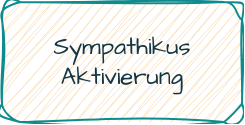
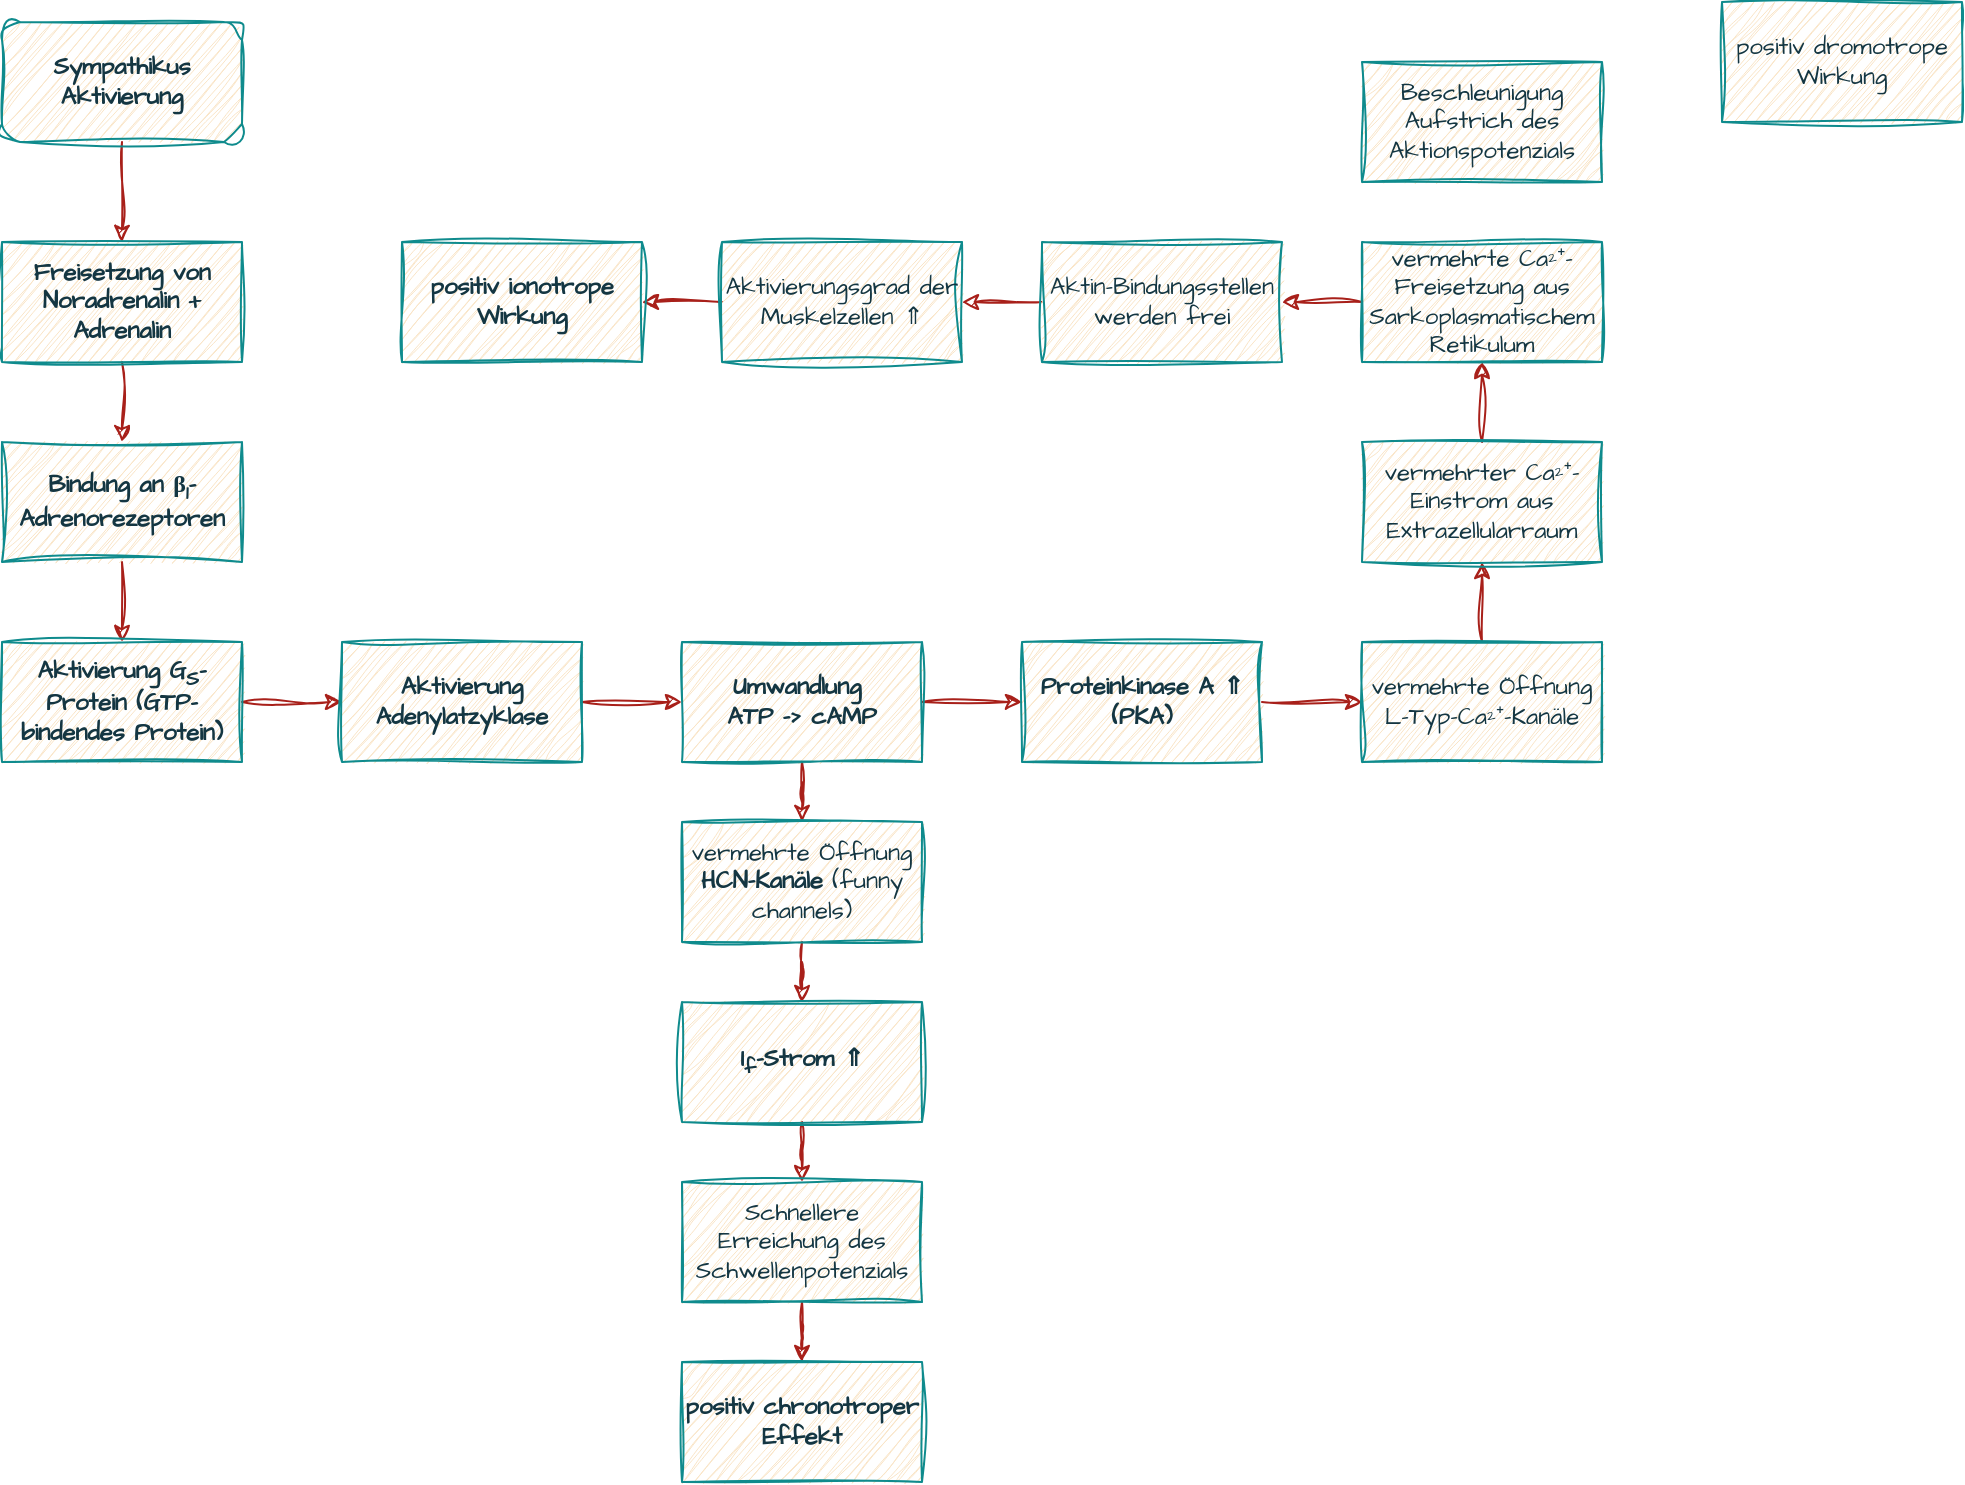
<mxfile host="app.diagrams.net">
  <diagram name="Seite-1" id="7kFzmezVoUsXThtVCVX7">
-     <mxGraphModel dx="716" dy="359" grid="1" gridSize="10" guides="1" tooltips="1" connect="1" arrows="1" fold="1" page="1" pageScale="1" pageWidth="1169" pageHeight="1169" math="0" shadow="0">
+     <mxGraphModel dx="1044" dy="524" grid="1" gridSize="10" guides="1" tooltips="1" connect="1" arrows="1" fold="1" page="1" pageScale="1" pageWidth="1169" pageHeight="1169" math="0" shadow="0">
      <root>
        <mxCell id="0" />
        <mxCell id="1" parent="0" />
-         <mxCell id="7TQIvVTktowouFX5eWC7-1" parent="1" style="rounded=1;whiteSpace=wrap;html=1;sketch=1;hachureGap=4;jiggle=2;curveFitting=1;fontFamily=Architects Daughter;fontSource=https%3A%2F%2Ffonts.googleapis.com%2Fcss%3Ffamily%3DArchitects%2BDaughter;labelBackgroundColor=none;fillColor=#FAE5C7;strokeColor=#0F8B8D;fontColor=#143642;" value="Sympathikus Aktivierung" vertex="1">
-           <mxGeometry height="60" width="120" x="300" y="120" as="geometry" />
+         <mxCell id="nBZC7eie6GeJRXDUhHIa-21" edge="1" parent="1" source="7TQIvVTktowouFX5eWC7-1" style="edgeStyle=orthogonalEdgeStyle;rounded=0;sketch=1;hachureGap=4;jiggle=2;curveFitting=1;orthogonalLoop=1;jettySize=auto;html=1;strokeColor=#A8201A;fontFamily=Architects Daughter;fontSource=https%3A%2F%2Ffonts.googleapis.com%2Fcss%3Ffamily%3DArchitects%2BDaughter;fontColor=#143642;fillColor=#FAE5C7;" target="nBZC7eie6GeJRXDUhHIa-1">
+           <mxGeometry relative="1" as="geometry" />
+         </mxCell>
+         <mxCell id="7TQIvVTktowouFX5eWC7-1" parent="1" style="rounded=1;whiteSpace=wrap;html=1;sketch=1;hachureGap=4;jiggle=2;curveFitting=1;fontFamily=Architects Daughter;fontSource=https%3A%2F%2Ffonts.googleapis.com%2Fcss%3Ffamily%3DArchitects%2BDaughter;labelBackgroundColor=none;fillColor=#FAE5C7;strokeColor=#0F8B8D;fontColor=#143642;fontStyle=1" value="Sympathikus Aktivierung" vertex="1">
+           <mxGeometry height="60" width="120" x="50" y="80" as="geometry" />
+         </mxCell>
+         <mxCell id="nBZC7eie6GeJRXDUhHIa-22" edge="1" parent="1" source="nBZC7eie6GeJRXDUhHIa-1" style="edgeStyle=orthogonalEdgeStyle;rounded=0;sketch=1;hachureGap=4;jiggle=2;curveFitting=1;orthogonalLoop=1;jettySize=auto;html=1;strokeColor=#A8201A;fontFamily=Architects Daughter;fontSource=https%3A%2F%2Ffonts.googleapis.com%2Fcss%3Ffamily%3DArchitects%2BDaughter;fontColor=#143642;fillColor=#FAE5C7;" target="nBZC7eie6GeJRXDUhHIa-2">
+           <mxGeometry relative="1" as="geometry" />
+         </mxCell>
+         <mxCell id="nBZC7eie6GeJRXDUhHIa-1" parent="1" style="whiteSpace=wrap;html=1;sketch=1;hachureGap=4;jiggle=2;curveFitting=1;strokeColor=#0F8B8D;fontFamily=Architects Daughter;fontSource=https%3A%2F%2Ffonts.googleapis.com%2Fcss%3Ffamily%3DArchitects%2BDaughter;fontColor=#143642;fillColor=#FAE5C7;fontStyle=1" value="Freisetzung von Noradrenalin + Adrenalin" vertex="1">
+           <mxGeometry height="60" width="120" x="50" y="190" as="geometry" />
+         </mxCell>
+         <mxCell id="nBZC7eie6GeJRXDUhHIa-23" edge="1" parent="1" source="nBZC7eie6GeJRXDUhHIa-2" style="edgeStyle=orthogonalEdgeStyle;rounded=0;sketch=1;hachureGap=4;jiggle=2;curveFitting=1;orthogonalLoop=1;jettySize=auto;html=1;strokeColor=#A8201A;fontFamily=Architects Daughter;fontSource=https%3A%2F%2Ffonts.googleapis.com%2Fcss%3Ffamily%3DArchitects%2BDaughter;fontColor=#143642;fillColor=#FAE5C7;" target="nBZC7eie6GeJRXDUhHIa-3">
+           <mxGeometry relative="1" as="geometry" />
+         </mxCell>
+         <mxCell id="nBZC7eie6GeJRXDUhHIa-2" parent="1" style="rounded=0;whiteSpace=wrap;html=1;sketch=1;hachureGap=4;jiggle=2;curveFitting=1;strokeColor=#0F8B8D;fontFamily=Architects Daughter;fontSource=https%3A%2F%2Ffonts.googleapis.com%2Fcss%3Ffamily%3DArchitects%2BDaughter;fontColor=#143642;fillColor=#FAE5C7;fontStyle=1" value="Bindung an β&lt;sub&gt;1&lt;/sub&gt;-Adrenorezeptoren" vertex="1">
+           <mxGeometry height="60" width="120" x="50" y="290" as="geometry" />
+         </mxCell>
+         <mxCell id="nBZC7eie6GeJRXDUhHIa-24" edge="1" parent="1" source="nBZC7eie6GeJRXDUhHIa-3" style="edgeStyle=orthogonalEdgeStyle;rounded=0;sketch=1;hachureGap=4;jiggle=2;curveFitting=1;orthogonalLoop=1;jettySize=auto;html=1;strokeColor=#A8201A;fontFamily=Architects Daughter;fontSource=https%3A%2F%2Ffonts.googleapis.com%2Fcss%3Ffamily%3DArchitects%2BDaughter;fontColor=#143642;fillColor=#FAE5C7;" target="nBZC7eie6GeJRXDUhHIa-4">
+           <mxGeometry relative="1" as="geometry" />
+         </mxCell>
+         <mxCell id="nBZC7eie6GeJRXDUhHIa-3" parent="1" style="whiteSpace=wrap;html=1;sketch=1;hachureGap=4;jiggle=2;curveFitting=1;strokeColor=#0F8B8D;fontFamily=Architects Daughter;fontSource=https%3A%2F%2Ffonts.googleapis.com%2Fcss%3Ffamily%3DArchitects%2BDaughter;fontColor=#143642;fillColor=#FAE5C7;fontStyle=1" value="Aktivierung G&lt;sub&gt;S&lt;/sub&gt;-Protein (GTP-bindendes Protein)" vertex="1">
+           <mxGeometry height="60" width="120" x="50" y="390" as="geometry" />
+         </mxCell>
+         <mxCell id="nBZC7eie6GeJRXDUhHIa-25" edge="1" parent="1" source="nBZC7eie6GeJRXDUhHIa-4" style="edgeStyle=orthogonalEdgeStyle;rounded=0;sketch=1;hachureGap=4;jiggle=2;curveFitting=1;orthogonalLoop=1;jettySize=auto;html=1;entryX=0;entryY=0.5;entryDx=0;entryDy=0;strokeColor=#A8201A;fontFamily=Architects Daughter;fontSource=https%3A%2F%2Ffonts.googleapis.com%2Fcss%3Ffamily%3DArchitects%2BDaughter;fontColor=#143642;fillColor=#FAE5C7;" target="nBZC7eie6GeJRXDUhHIa-5">
+           <mxGeometry relative="1" as="geometry" />
+         </mxCell>
+         <mxCell id="nBZC7eie6GeJRXDUhHIa-4" parent="1" style="whiteSpace=wrap;html=1;sketch=1;hachureGap=4;jiggle=2;curveFitting=1;strokeColor=#0F8B8D;fontFamily=Architects Daughter;fontSource=https%3A%2F%2Ffonts.googleapis.com%2Fcss%3Ffamily%3DArchitects%2BDaughter;fontColor=#143642;fillColor=#FAE5C7;fontStyle=1" value="Aktivierung Adenylatzyklase" vertex="1">
+           <mxGeometry height="60" width="120" x="220" y="390" as="geometry" />
+         </mxCell>
+         <mxCell id="nBZC7eie6GeJRXDUhHIa-26" edge="1" parent="1" source="nBZC7eie6GeJRXDUhHIa-5" style="edgeStyle=orthogonalEdgeStyle;rounded=0;sketch=1;hachureGap=4;jiggle=2;curveFitting=1;orthogonalLoop=1;jettySize=auto;html=1;strokeColor=#A8201A;fontFamily=Architects Daughter;fontSource=https%3A%2F%2Ffonts.googleapis.com%2Fcss%3Ffamily%3DArchitects%2BDaughter;fontColor=#143642;fillColor=#FAE5C7;" target="nBZC7eie6GeJRXDUhHIa-7">
+           <mxGeometry relative="1" as="geometry" />
+         </mxCell>
+         <mxCell id="nBZC7eie6GeJRXDUhHIa-27" edge="1" parent="1" source="nBZC7eie6GeJRXDUhHIa-5" style="edgeStyle=orthogonalEdgeStyle;rounded=0;sketch=1;hachureGap=4;jiggle=2;curveFitting=1;orthogonalLoop=1;jettySize=auto;html=1;strokeColor=#A8201A;fontFamily=Architects Daughter;fontSource=https%3A%2F%2Ffonts.googleapis.com%2Fcss%3Ffamily%3DArchitects%2BDaughter;fontColor=#143642;fillColor=#FAE5C7;" target="nBZC7eie6GeJRXDUhHIa-8">
+           <mxGeometry relative="1" as="geometry" />
+         </mxCell>
+         <mxCell id="nBZC7eie6GeJRXDUhHIa-5" parent="1" style="whiteSpace=wrap;html=1;sketch=1;hachureGap=4;jiggle=2;curveFitting=1;strokeColor=#0F8B8D;fontFamily=Architects Daughter;fontSource=https%3A%2F%2Ffonts.googleapis.com%2Fcss%3Ffamily%3DArchitects%2BDaughter;fontColor=#143642;fillColor=#FAE5C7;fontStyle=1" value="Umwandlung&amp;nbsp;&lt;br&gt;ATP -&amp;gt; cAMP" vertex="1">
+           <mxGeometry height="60" width="120" x="390" y="390" as="geometry" />
+         </mxCell>
+         <mxCell id="nBZC7eie6GeJRXDUhHIa-31" edge="1" parent="1" source="nBZC7eie6GeJRXDUhHIa-7" style="edgeStyle=orthogonalEdgeStyle;rounded=0;sketch=1;hachureGap=4;jiggle=2;curveFitting=1;orthogonalLoop=1;jettySize=auto;html=1;entryX=0;entryY=0.5;entryDx=0;entryDy=0;strokeColor=#A8201A;fontFamily=Architects Daughter;fontSource=https%3A%2F%2Ffonts.googleapis.com%2Fcss%3Ffamily%3DArchitects%2BDaughter;fontColor=#143642;fillColor=#FAE5C7;" target="nBZC7eie6GeJRXDUhHIa-13">
+           <mxGeometry relative="1" as="geometry" />
+         </mxCell>
+         <mxCell id="nBZC7eie6GeJRXDUhHIa-7" parent="1" style="whiteSpace=wrap;html=1;sketch=1;hachureGap=4;jiggle=2;curveFitting=1;strokeColor=#0F8B8D;fontFamily=Architects Daughter;fontSource=https%3A%2F%2Ffonts.googleapis.com%2Fcss%3Ffamily%3DArchitects%2BDaughter;fontColor=#143642;fillColor=#FAE5C7;fontStyle=1" value="Proteinkinase A ⇑&lt;br&gt;(PKA)" vertex="1">
+           <mxGeometry height="60" width="120" x="560" y="390" as="geometry" />
+         </mxCell>
+         <mxCell id="nBZC7eie6GeJRXDUhHIa-28" edge="1" parent="1" source="nBZC7eie6GeJRXDUhHIa-8" style="edgeStyle=orthogonalEdgeStyle;rounded=0;sketch=1;hachureGap=4;jiggle=2;curveFitting=1;orthogonalLoop=1;jettySize=auto;html=1;strokeColor=#A8201A;fontFamily=Architects Daughter;fontSource=https%3A%2F%2Ffonts.googleapis.com%2Fcss%3Ffamily%3DArchitects%2BDaughter;fontColor=#143642;fillColor=#FAE5C7;" target="nBZC7eie6GeJRXDUhHIa-9">
+           <mxGeometry relative="1" as="geometry" />
+         </mxCell>
+         <mxCell id="nBZC7eie6GeJRXDUhHIa-8" parent="1" style="whiteSpace=wrap;html=1;sketch=1;hachureGap=4;jiggle=2;curveFitting=1;strokeColor=#0F8B8D;fontFamily=Architects Daughter;fontSource=https%3A%2F%2Ffonts.googleapis.com%2Fcss%3Ffamily%3DArchitects%2BDaughter;fontColor=#143642;fillColor=#FAE5C7;" value="vermehrte Öffnung &lt;b&gt;HCN-Kanäle&lt;/b&gt; (funny channels)" vertex="1">
+           <mxGeometry height="60" width="120" x="390" y="480" as="geometry" />
+         </mxCell>
+         <mxCell id="nBZC7eie6GeJRXDUhHIa-29" edge="1" parent="1" source="nBZC7eie6GeJRXDUhHIa-9" style="edgeStyle=orthogonalEdgeStyle;rounded=0;sketch=1;hachureGap=4;jiggle=2;curveFitting=1;orthogonalLoop=1;jettySize=auto;html=1;strokeColor=#A8201A;fontFamily=Architects Daughter;fontSource=https%3A%2F%2Ffonts.googleapis.com%2Fcss%3Ffamily%3DArchitects%2BDaughter;fontColor=#143642;fillColor=#FAE5C7;" target="nBZC7eie6GeJRXDUhHIa-11">
+           <mxGeometry relative="1" as="geometry" />
+         </mxCell>
+         <mxCell id="nBZC7eie6GeJRXDUhHIa-9" parent="1" style="whiteSpace=wrap;html=1;sketch=1;hachureGap=4;jiggle=2;curveFitting=1;strokeColor=#0F8B8D;fontFamily=Architects Daughter;fontSource=https%3A%2F%2Ffonts.googleapis.com%2Fcss%3Ffamily%3DArchitects%2BDaughter;fontColor=#143642;fillColor=#FAE5C7;fontStyle=1" value="I&lt;sub&gt;f&lt;/sub&gt;-Strom ⇑" vertex="1">
+           <mxGeometry height="60" width="120" x="390" y="570" as="geometry" />
+         </mxCell>
+         <mxCell id="nBZC7eie6GeJRXDUhHIa-30" edge="1" parent="1" source="nBZC7eie6GeJRXDUhHIa-11" style="edgeStyle=orthogonalEdgeStyle;rounded=0;sketch=1;hachureGap=4;jiggle=2;curveFitting=1;orthogonalLoop=1;jettySize=auto;html=1;strokeColor=#A8201A;fontFamily=Architects Daughter;fontSource=https%3A%2F%2Ffonts.googleapis.com%2Fcss%3Ffamily%3DArchitects%2BDaughter;fontColor=#143642;fillColor=#FAE5C7;" target="nBZC7eie6GeJRXDUhHIa-12">
+           <mxGeometry relative="1" as="geometry" />
+         </mxCell>
+         <mxCell id="nBZC7eie6GeJRXDUhHIa-11" parent="1" style="whiteSpace=wrap;html=1;sketch=1;hachureGap=4;jiggle=2;curveFitting=1;strokeColor=#0F8B8D;fontFamily=Architects Daughter;fontSource=https%3A%2F%2Ffonts.googleapis.com%2Fcss%3Ffamily%3DArchitects%2BDaughter;fontColor=#143642;fillColor=#FAE5C7;" value="Schnellere Erreichung des Schwellenpotenzials" vertex="1">
+           <mxGeometry height="60" width="120" x="390" y="660" as="geometry" />
+         </mxCell>
+         <mxCell id="nBZC7eie6GeJRXDUhHIa-12" parent="1" style="whiteSpace=wrap;html=1;sketch=1;hachureGap=4;jiggle=2;curveFitting=1;strokeColor=#0F8B8D;fontFamily=Architects Daughter;fontSource=https%3A%2F%2Ffonts.googleapis.com%2Fcss%3Ffamily%3DArchitects%2BDaughter;fontColor=#143642;fillColor=#FAE5C7;fontStyle=1" value="positiv chronotroper Effekt" vertex="1">
+           <mxGeometry height="60" width="120" x="390" y="750" as="geometry" />
+         </mxCell>
+         <mxCell id="nBZC7eie6GeJRXDUhHIa-32" edge="1" parent="1" source="nBZC7eie6GeJRXDUhHIa-13" style="edgeStyle=orthogonalEdgeStyle;rounded=0;sketch=1;hachureGap=4;jiggle=2;curveFitting=1;orthogonalLoop=1;jettySize=auto;html=1;strokeColor=#A8201A;fontFamily=Architects Daughter;fontSource=https%3A%2F%2Ffonts.googleapis.com%2Fcss%3Ffamily%3DArchitects%2BDaughter;fontColor=#143642;fillColor=#FAE5C7;" target="nBZC7eie6GeJRXDUhHIa-14">
+           <mxGeometry relative="1" as="geometry" />
+         </mxCell>
+         <mxCell id="nBZC7eie6GeJRXDUhHIa-13" parent="1" style="whiteSpace=wrap;html=1;sketch=1;hachureGap=4;jiggle=2;curveFitting=1;strokeColor=#0F8B8D;fontFamily=Architects Daughter;fontSource=https%3A%2F%2Ffonts.googleapis.com%2Fcss%3Ffamily%3DArchitects%2BDaughter;fontColor=#143642;fillColor=#FAE5C7;" value="vermehrte Öffnung L-Typ-Ca²⁺-Kanäle" vertex="1">
+           <mxGeometry height="60" width="120" x="730" y="390" as="geometry" />
+         </mxCell>
+         <mxCell id="nBZC7eie6GeJRXDUhHIa-33" edge="1" parent="1" source="nBZC7eie6GeJRXDUhHIa-14" style="edgeStyle=orthogonalEdgeStyle;rounded=0;sketch=1;hachureGap=4;jiggle=2;curveFitting=1;orthogonalLoop=1;jettySize=auto;html=1;strokeColor=#A8201A;fontFamily=Architects Daughter;fontSource=https%3A%2F%2Ffonts.googleapis.com%2Fcss%3Ffamily%3DArchitects%2BDaughter;fontColor=#143642;fillColor=#FAE5C7;" target="nBZC7eie6GeJRXDUhHIa-15">
+           <mxGeometry relative="1" as="geometry" />
+         </mxCell>
+         <mxCell id="nBZC7eie6GeJRXDUhHIa-14" parent="1" style="whiteSpace=wrap;html=1;sketch=1;hachureGap=4;jiggle=2;curveFitting=1;strokeColor=#0F8B8D;fontFamily=Architects Daughter;fontSource=https%3A%2F%2Ffonts.googleapis.com%2Fcss%3Ffamily%3DArchitects%2BDaughter;fontColor=#143642;fillColor=#FAE5C7;" value="vermehrter Ca²⁺-Einstrom aus Extrazellularraum" vertex="1">
+           <mxGeometry height="60" width="120" x="730" y="290" as="geometry" />
+         </mxCell>
+         <mxCell id="nBZC7eie6GeJRXDUhHIa-34" edge="1" parent="1" source="nBZC7eie6GeJRXDUhHIa-15" style="edgeStyle=orthogonalEdgeStyle;rounded=0;sketch=1;hachureGap=4;jiggle=2;curveFitting=1;orthogonalLoop=1;jettySize=auto;html=1;strokeColor=#A8201A;fontFamily=Architects Daughter;fontSource=https%3A%2F%2Ffonts.googleapis.com%2Fcss%3Ffamily%3DArchitects%2BDaughter;fontColor=#143642;fillColor=#FAE5C7;" target="nBZC7eie6GeJRXDUhHIa-16">
+           <mxGeometry relative="1" as="geometry" />
+         </mxCell>
+         <mxCell id="nBZC7eie6GeJRXDUhHIa-15" parent="1" style="whiteSpace=wrap;html=1;sketch=1;hachureGap=4;jiggle=2;curveFitting=1;strokeColor=#0F8B8D;fontFamily=Architects Daughter;fontSource=https%3A%2F%2Ffonts.googleapis.com%2Fcss%3Ffamily%3DArchitects%2BDaughter;fontColor=#143642;fillColor=#FAE5C7;" value="vermehrte Ca²⁺-Freisetzung aus Sarkoplasmatischem Retikulum" vertex="1">
+           <mxGeometry height="60" width="120" x="730" y="190" as="geometry" />
+         </mxCell>
+         <mxCell id="nBZC7eie6GeJRXDUhHIa-35" edge="1" parent="1" source="nBZC7eie6GeJRXDUhHIa-16" style="edgeStyle=orthogonalEdgeStyle;rounded=0;sketch=1;hachureGap=4;jiggle=2;curveFitting=1;orthogonalLoop=1;jettySize=auto;html=1;strokeColor=#A8201A;fontFamily=Architects Daughter;fontSource=https%3A%2F%2Ffonts.googleapis.com%2Fcss%3Ffamily%3DArchitects%2BDaughter;fontColor=#143642;fillColor=#FAE5C7;" target="nBZC7eie6GeJRXDUhHIa-17">
+           <mxGeometry relative="1" as="geometry" />
+         </mxCell>
+         <mxCell id="nBZC7eie6GeJRXDUhHIa-16" parent="1" style="whiteSpace=wrap;html=1;sketch=1;hachureGap=4;jiggle=2;curveFitting=1;strokeColor=#0F8B8D;fontFamily=Architects Daughter;fontSource=https%3A%2F%2Ffonts.googleapis.com%2Fcss%3Ffamily%3DArchitects%2BDaughter;fontColor=#143642;fillColor=#FAE5C7;" value="Aktin-Bindungsstellen werden frei" vertex="1">
+           <mxGeometry height="60" width="120" x="570" y="190" as="geometry" />
+         </mxCell>
+         <mxCell id="nBZC7eie6GeJRXDUhHIa-36" edge="1" parent="1" source="nBZC7eie6GeJRXDUhHIa-17" style="edgeStyle=orthogonalEdgeStyle;rounded=0;sketch=1;hachureGap=4;jiggle=2;curveFitting=1;orthogonalLoop=1;jettySize=auto;html=1;strokeColor=#A8201A;fontFamily=Architects Daughter;fontSource=https%3A%2F%2Ffonts.googleapis.com%2Fcss%3Ffamily%3DArchitects%2BDaughter;fontColor=#143642;fillColor=#FAE5C7;" target="nBZC7eie6GeJRXDUhHIa-18">
+           <mxGeometry relative="1" as="geometry" />
+         </mxCell>
+         <mxCell id="nBZC7eie6GeJRXDUhHIa-17" parent="1" style="whiteSpace=wrap;html=1;sketch=1;hachureGap=4;jiggle=2;curveFitting=1;strokeColor=#0F8B8D;fontFamily=Architects Daughter;fontSource=https%3A%2F%2Ffonts.googleapis.com%2Fcss%3Ffamily%3DArchitects%2BDaughter;fontColor=#143642;fillColor=#FAE5C7;" value="Aktivierungsgrad der Muskelzellen ⇑" vertex="1">
+           <mxGeometry height="60" width="120" x="410" y="190" as="geometry" />
+         </mxCell>
+         <mxCell id="nBZC7eie6GeJRXDUhHIa-18" parent="1" style="whiteSpace=wrap;html=1;sketch=1;hachureGap=4;jiggle=2;curveFitting=1;strokeColor=#0F8B8D;fontFamily=Architects Daughter;fontSource=https%3A%2F%2Ffonts.googleapis.com%2Fcss%3Ffamily%3DArchitects%2BDaughter;fontColor=#143642;fillColor=#FAE5C7;fontStyle=1" value="positiv&amp;nbsp;&lt;span&gt;ionotrope Wirkung&lt;/span&gt;" vertex="1">
+           <mxGeometry height="60" width="120" x="250" y="190" as="geometry" />
+         </mxCell>
+         <mxCell id="nBZC7eie6GeJRXDUhHIa-19" parent="1" style="whiteSpace=wrap;html=1;sketch=1;hachureGap=4;jiggle=2;curveFitting=1;strokeColor=#0F8B8D;fontFamily=Architects Daughter;fontSource=https%3A%2F%2Ffonts.googleapis.com%2Fcss%3Ffamily%3DArchitects%2BDaughter;fontColor=#143642;fillColor=#FAE5C7;" value="Beschleunigung Aufstrich des Aktionspotenzials" vertex="1">
+           <mxGeometry height="60" width="120" x="730" y="100" as="geometry" />
+         </mxCell>
+         <mxCell id="nBZC7eie6GeJRXDUhHIa-20" parent="1" style="whiteSpace=wrap;html=1;sketch=1;hachureGap=4;jiggle=2;curveFitting=1;strokeColor=#0F8B8D;fontFamily=Architects Daughter;fontSource=https%3A%2F%2Ffonts.googleapis.com%2Fcss%3Ffamily%3DArchitects%2BDaughter;fontColor=#143642;fillColor=#FAE5C7;" value="positiv dromotrope Wirkung" vertex="1">
+           <mxGeometry height="60" width="120" x="910" y="70" as="geometry" />
        </mxCell>
      </root>
    </mxGraphModel>
  </diagram>
</mxfile>
